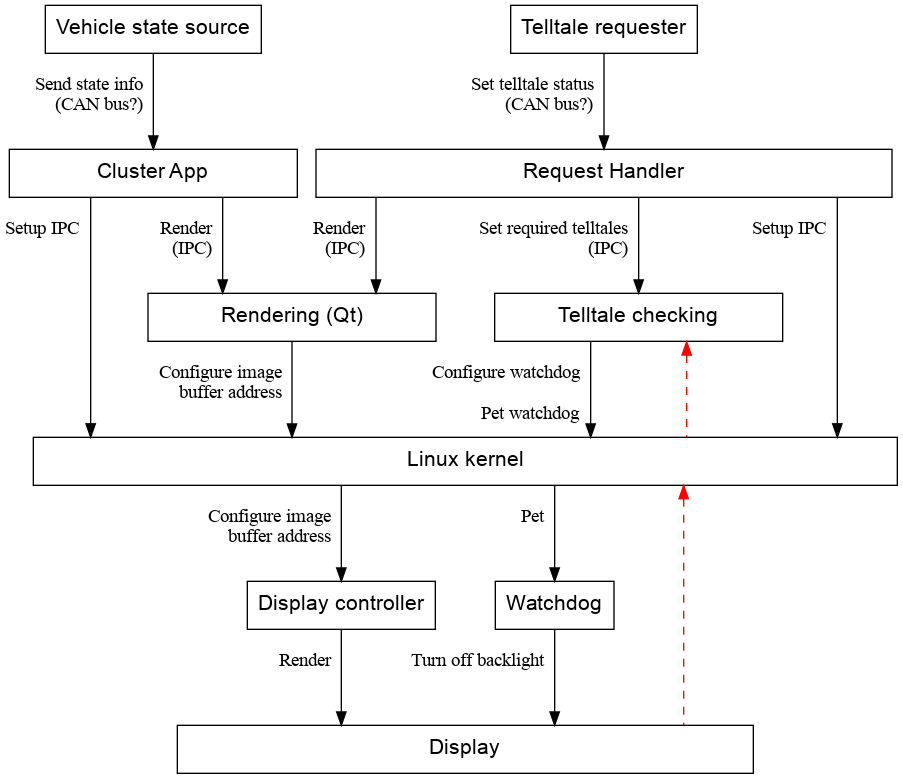
Earlier version of the Graphviz export Cluster_Display_Use_Case_v2/stpa/cluster-control-structure.dot.png (elisa-tech/wg-automotive). Its source is kept beside it as Cluster_Display_Use_Case_v2/stpa/cluster-control-structure.dot. The source it was exported from:
```dot
digraph G {

node [shape=box width=1 height=0.5 fontname=arial fontsize=16 style=filled fillcolor=white]
graph [splines=ortho ranksep=1 nodesep=0.2 fontname=arial fontsize=16 compound=true]

handler [label="Request Handler" width=6]
render [label="Rendering (Qt)" width=3]
dcontrol [label="Display controller"]
display [label="Display" width=6]
kernel [label="Linux kernel" width=9]
check [label="Telltale checking" width=3]
watchdog [label="Watchdog"]
requester [label="Telltale requester"]
state [label="Vehicle state source"]
cluster [label="Cluster App" width=3]

requester -> handler [taillabel="\rSet telltale status  \r(CAN bus?)  \r"]
state -> cluster [taillabel="\rSend state info  \r(CAN bus?)  \r"]
cluster -> render [taillabel="\rRender  \r(IPC)  \r" weight=2]
cluster -> kernel [taillabel="\rSetup IPC  \r"]
dcontrol -> display [taillabel="\rRender  \r"]
handler -> kernel [taillabel="\rSetup IPC  \r"]
handler -> check [taillabel="\rSet required telltales  \r(IPC)  \r"]
handler -> render [taillabel="\lRender  \r(IPC)  \r"]
render -> kernel [taillabel="\rConfigure image  \rbuffer address  \r"]
kernel -> dcontrol [taillabel="\rConfigure image  \rbuffer address  \r"]
check -> kernel [taillabel="\rConfigure watchdog  \r\rPet watchdog  \r"]
check -> kernel [dir=back style=dashed color=red]
kernel -> watchdog [taillabel="\rPet  \r"]
watchdog -> display [taillabel="\rTurn off backlight  \r"]
kernel -> display [dir=back style=dashed color=red]
}
```
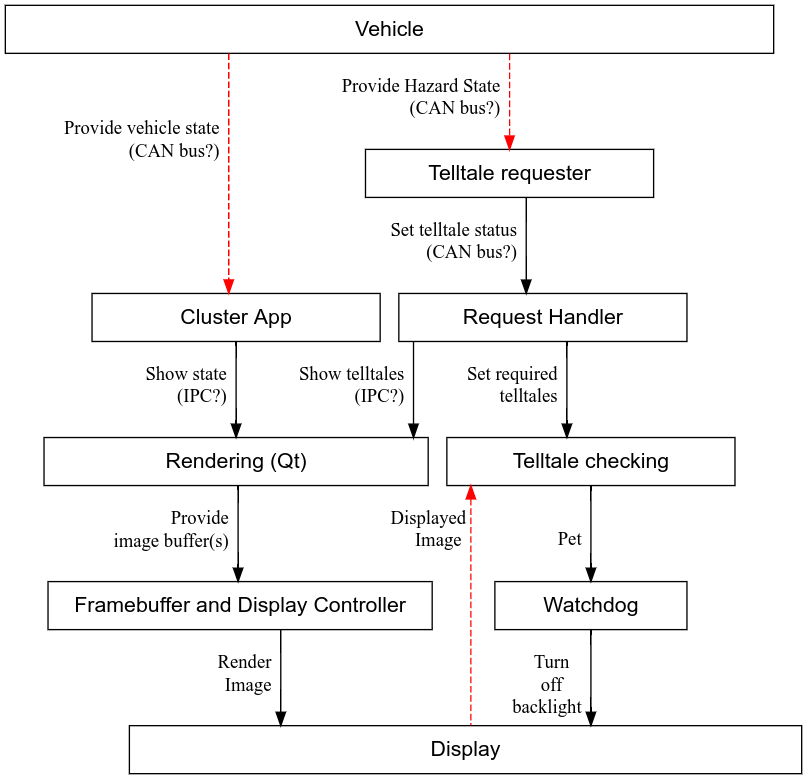
After the change.

Commit message:
Diagram updates from John MacGregor

* Replace Kernel with Framebuffer Controller
* Combine Framebuffer and Display Controller
* Eliminate Kernel in communication between Telltale Checking and
  watchdog
* Eliminate "Setup IPC" flows

Change to the diagram source:
```diff
@@ -3,30 +3,25 @@
 node [shape=box width=1 height=0.5 fontname=arial fontsize=16 style=filled fillcolor=white]
 graph [splines=ortho ranksep=1 nodesep=0.2 fontname=arial fontsize=16 compound=true]
 
-handler [label="Request Handler" width=6]
-render [label="Rendering (Qt)" width=3]
-dcontrol [label="Display controller"]
-display [label="Display" width=6]
-kernel [label="Linux kernel" width=9]
+vehicle [label="Vehicle" width=8]
+cluster [label="Cluster App" width=3]
+requester [label="Telltale requester" width=3]
+handler [label="Request Handler" width=3]
+render [label="Rendering (Qt)" width=4]
+display [label="Display" width=7]
+framebuffer [label="Framebuffer and Display Controller" width=4]
 check [label="Telltale checking" width=3]
-watchdog [label="Watchdog"]
-requester [label="Telltale requester"]
-state [label="Vehicle state source"]
-cluster [label="Cluster App" width=3]
+watchdog [label="Watchdog" width=2]
 
+vehicle -> cluster [taillabel="\r\r\r Provide vehicle state  \r(CAN bus?)  \r" style=dashed color=red]
+vehicle -> requester [taillabel="\rProvide Hazard State  \r(CAN bus?)  \r" style=dashed color=red]
 requester -> handler [taillabel="\rSet telltale status  \r(CAN bus?)  \r"]
-state -> cluster [taillabel="\rSend state info  \r(CAN bus?)  \r"]
-cluster -> render [taillabel="\rRender  \r(IPC)  \r" weight=2]
-cluster -> kernel [taillabel="\rSetup IPC  \r"]
-dcontrol -> display [taillabel="\rRender  \r"]
-handler -> kernel [taillabel="\rSetup IPC  \r"]
-handler -> check [taillabel="\rSet required telltales  \r(IPC)  \r"]
-handler -> render [taillabel="\lRender  \r(IPC)  \r"]
-render -> kernel [taillabel="\rConfigure image  \rbuffer address  \r"]
-kernel -> dcontrol [taillabel="\rConfigure image  \rbuffer address  \r"]
-check -> kernel [taillabel="\rConfigure watchdog  \r\rPet watchdog  \r"]
-check -> kernel [dir=back style=dashed color=red]
-kernel -> watchdog [taillabel="\rPet  \r"]
-watchdog -> display [taillabel="\rTurn off backlight  \r"]
-kernel -> display [dir=back style=dashed color=red]
+cluster -> render [taillabel="\rShow state  \r(IPC?)  \r" weight=2]
+handler -> check [taillabel="\r  Set required  \r telltales  \r"]
+handler -> render [taillabel="\rShow telltales  \r(IPC?)  \r"]
+render -> framebuffer [taillabel="\rProvide  \rimage buffer(s)  \r"]
+check -> display [dir=back taillabel="\r Displayed \nImage  \r" style=dashed color=red]
+check -> watchdog [taillabel="\r\rPet  \r"]
+watchdog -> display [taillabel="\rTurn\noff\nbacklight  \r"]
+framebuffer -> display [taillabel="\rRender  \r Image  \r"]
 }
```
